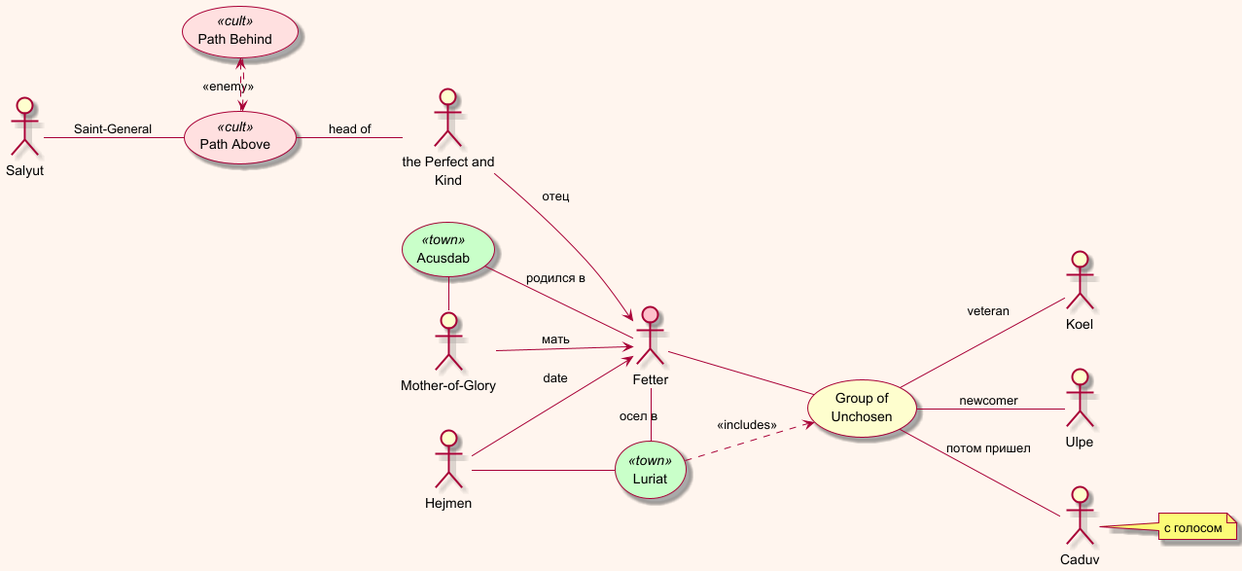
The PlantUML diagram The Saint of Bright Doors/The Saint of Bright Doors.png in olek3/reading, before a commit.
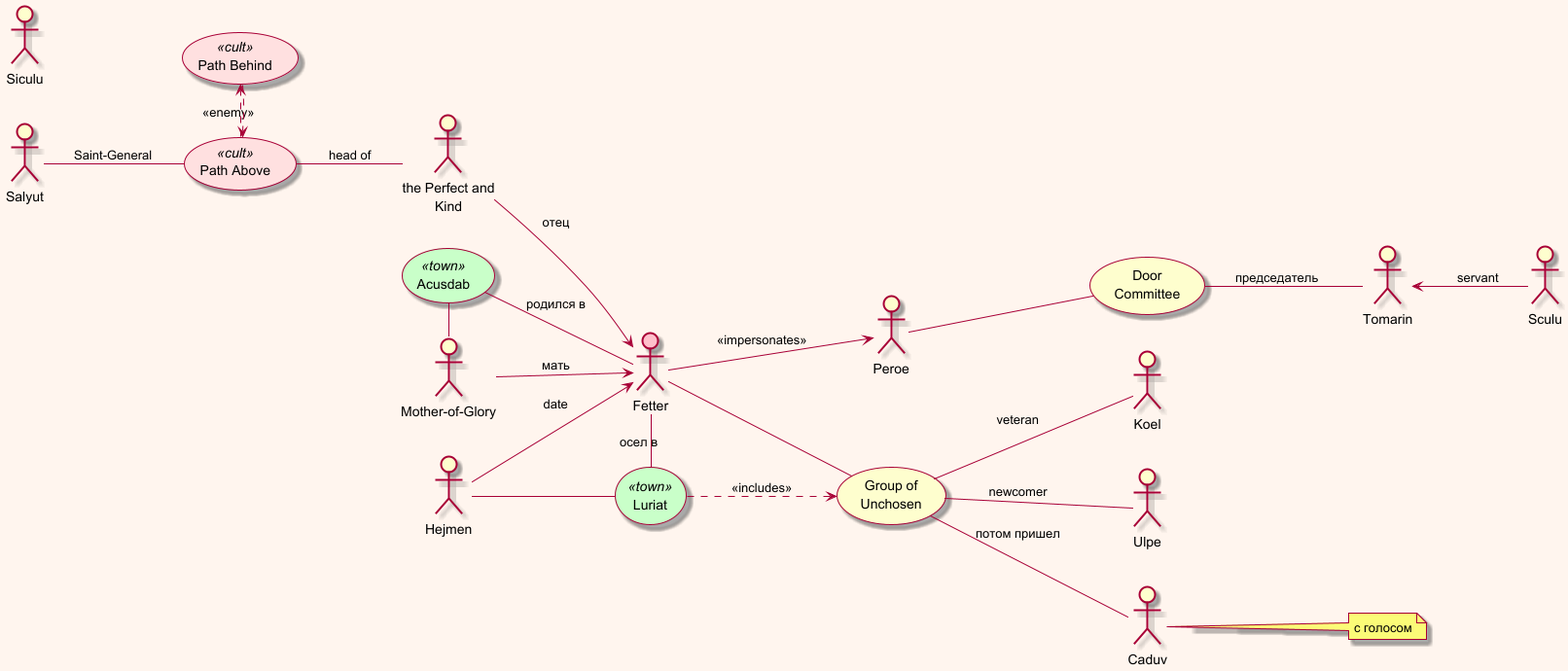
After the commit.

Diff of the diagram source:
```diff
@@ -60,4 +60,16 @@
 
 Salyut -- above : Saint-General
 
+:Siculu:
+
+:Peroe:
+
+fetter --> :Peroe: : <<impersonates>>
+
+:Peroe: -- (Door Committee )
+
+
+(Door Committee ) -- :Tomarin: : председатель
+:Tomarin: <-- :Sculu: : servant
+
 @enduml
```
